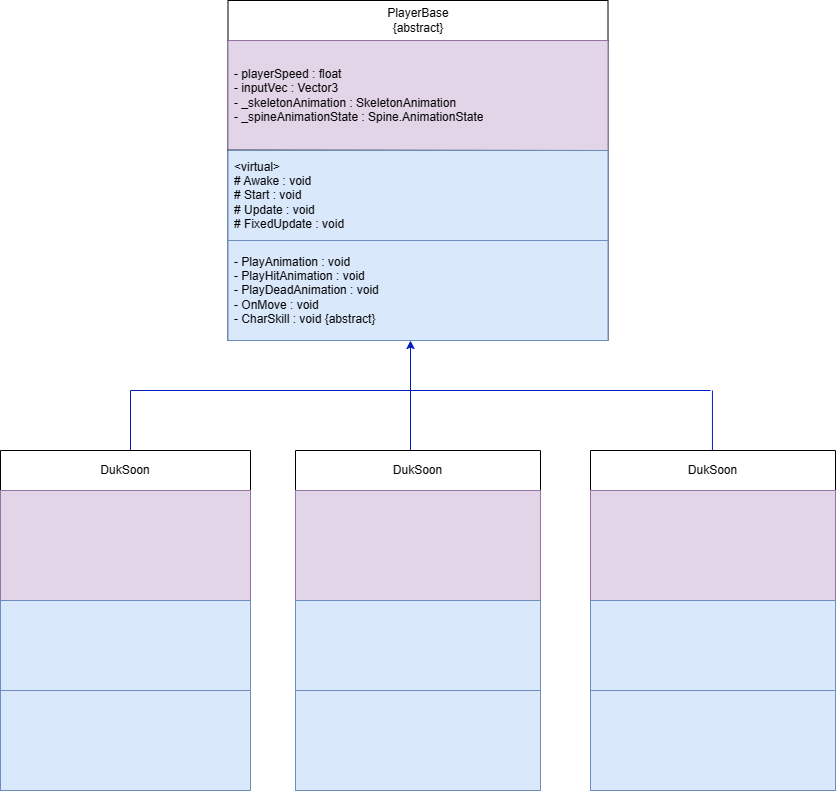
Earlier version of the draw.io export CharacterClass.png (gdevhun/SBSAcademy_TeamProject). Source tidied: cells renumbered, new cells last; positions are measured from the earlier drawing's top-left corner, leaving out a move shared by most shapes.
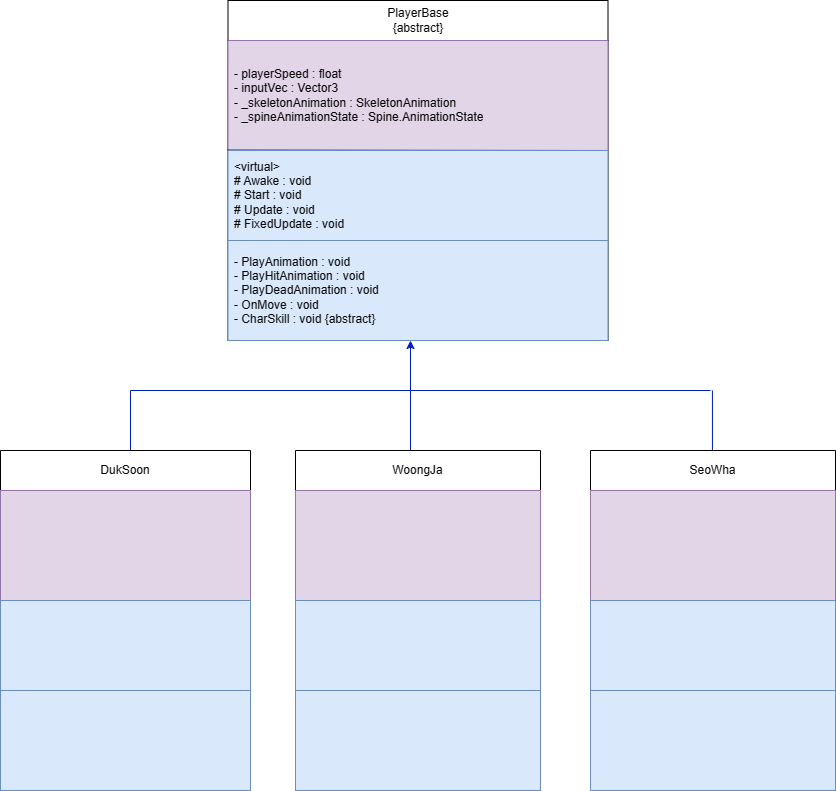
The same file after the commit.

What changed in the source:
```diff
@@ -67,7 +67,7 @@
     <mxCell id="17" style="text;strokeColor=#6c8ebf;fillColor=#dae8fc;align=left;verticalAlign=middle;spacingLeft=4;spacingRight=4;overflow=hidden;whiteSpace=wrap;html=1;" parent="14" vertex="1">
       <mxGeometry y="240" width="250" height="100" as="geometry" />
     </mxCell>
-    <mxCell id="18" value="&lt;div&gt;DukSoon&lt;/div&gt;" style="swimlane;fontStyle=0;horizontal=1;startSize=40;whiteSpace=wrap;html=1;align=center;" parent="1" vertex="1">
+    <mxCell id="18" value="&lt;div&gt;WoongJa&lt;/div&gt;" style="swimlane;fontStyle=0;horizontal=1;startSize=40;whiteSpace=wrap;html=1;align=center;" parent="1" vertex="1">
       <mxGeometry x="295" y="450" width="245" height="340" as="geometry" />
     </mxCell>
     <mxCell id="19" value="&lt;div&gt;&lt;br&gt;&lt;/div&gt;" style="text;strokeColor=#9673a6;fillColor=#e1d5e7;align=left;verticalAlign=middle;spacingLeft=4;spacingRight=4;overflow=hidden;whiteSpace=wrap;html=1;strokeWidth=1;" parent="18" vertex="1">
@@ -79,7 +79,7 @@
     <mxCell id="21" style="text;strokeColor=#6c8ebf;fillColor=#dae8fc;align=left;verticalAlign=middle;spacingLeft=4;spacingRight=4;overflow=hidden;whiteSpace=wrap;html=1;" parent="18" vertex="1">
       <mxGeometry y="240" width="245" height="100" as="geometry" />
     </mxCell>
-    <mxCell id="22" value="&lt;div&gt;DukSoon&lt;/div&gt;" style="swimlane;fontStyle=0;horizontal=1;startSize=40;whiteSpace=wrap;html=1;align=center;" parent="1" vertex="1">
+    <mxCell id="22" value="&lt;div&gt;SeoWha&lt;/div&gt;" style="swimlane;fontStyle=0;horizontal=1;startSize=40;whiteSpace=wrap;html=1;align=center;" parent="1" vertex="1">
       <mxGeometry x="590" y="450" width="245" height="340" as="geometry" />
     </mxCell>
     <mxCell id="23" value="&lt;div&gt;&lt;br&gt;&lt;/div&gt;" style="text;strokeColor=#9673a6;fillColor=#e1d5e7;align=left;verticalAlign=middle;spacingLeft=4;spacingRight=4;overflow=hidden;whiteSpace=wrap;html=1;strokeWidth=1;" parent="22" vertex="1">
```
